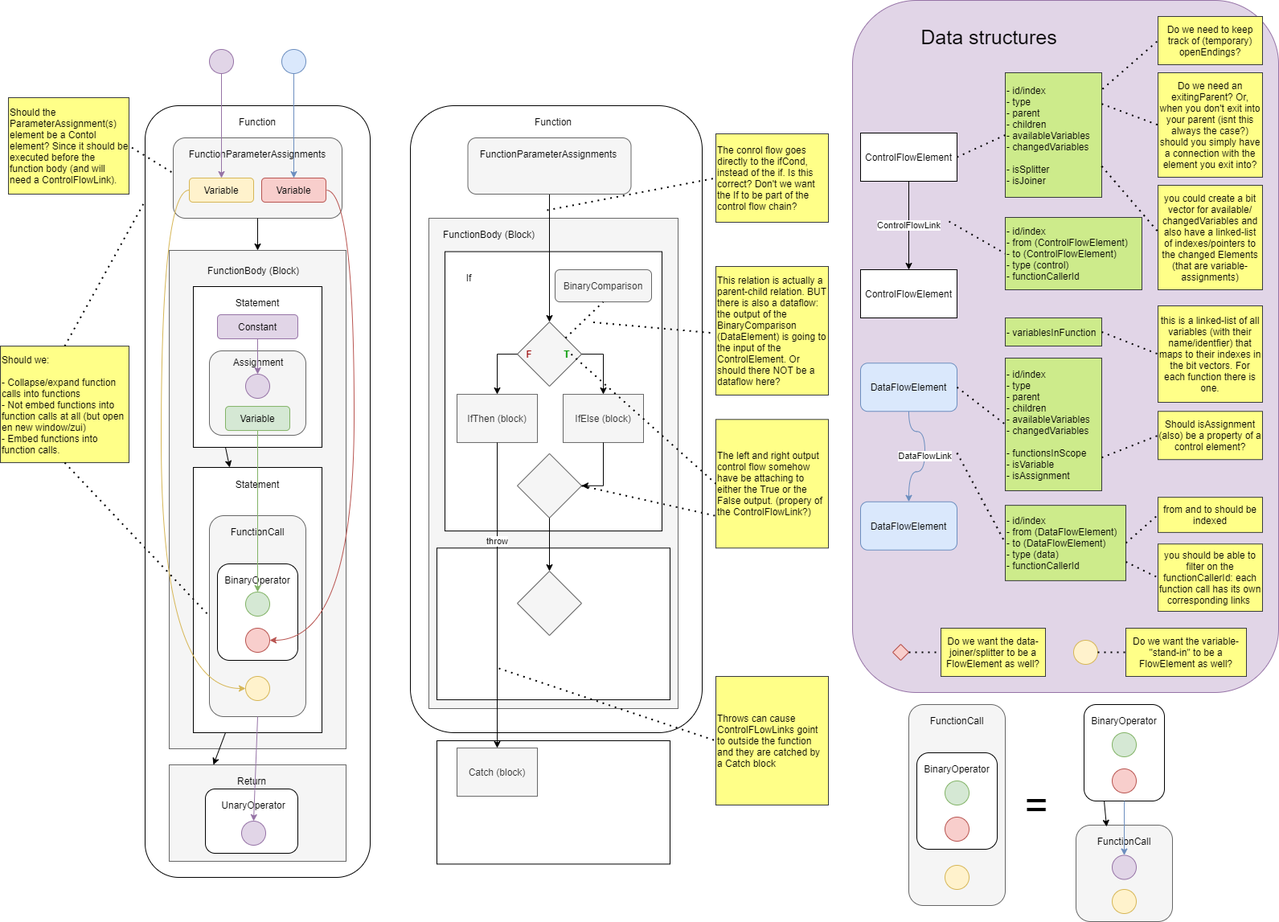
Above: web/img/flowify_algoritm_and_data_structures-Data structure.png in visual-trials/flowify (draw.io), before the change. Source tidied: cells renumbered, new cells last; positions are measured from the earlier drawing's top-left corner, leaving out a move shared by most shapes.
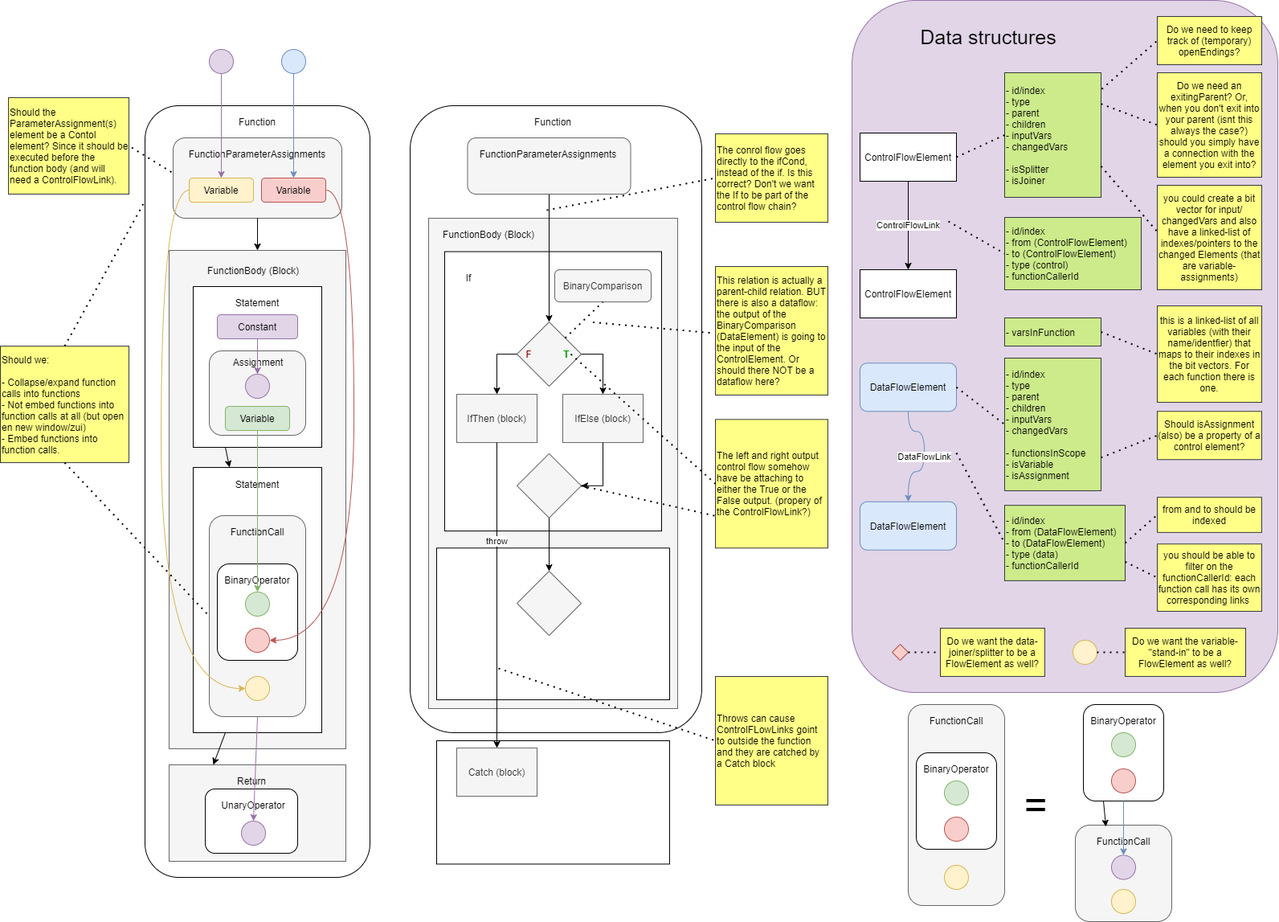
The same file after the commit.

Commit message:
updated diagrams with inputVars/changedVars logic

The edit, as a diff of the source:
```diff
@@ -140,7 +140,7 @@
         <mxPoint x="1180" y="275" as="sourcePoint" />
       </mxGeometry>
     </mxCell>
-    <mxCell id="44" value="- id/index&lt;br&gt;- type&lt;br&gt;- parent&lt;br&gt;- children&lt;br&gt;- availableVariables&lt;br&gt;- changedVariables&lt;br&gt;&lt;br&gt;- isSplitter&lt;br&gt;- isJoiner&lt;br&gt;" style="rounded=0;whiteSpace=wrap;html=1;fillColor=#cdeb8b;strokeColor=#36393d;align=left;" parent="1" vertex="1">
+    <mxCell id="44" value="- id/index&lt;br&gt;- type&lt;br&gt;- parent&lt;br&gt;- children&lt;br&gt;- inputVars&lt;br&gt;- changedVars&lt;br&gt;&lt;br&gt;- isSplitter&lt;br&gt;- isJoiner" style="rounded=0;whiteSpace=wrap;html=1;fillColor=#cdeb8b;strokeColor=#36393d;align=left;" parent="1" vertex="1">
       <mxGeometry x="1250" y="90" width="120" height="155" as="geometry" />
     </mxCell>
     <mxCell id="45" style="endArrow=none;dashed=1;html=1;dashPattern=1 3;strokeWidth=2;entryX=0;entryY=0.5;entryDx=0;entryDy=0;exitX=1;exitY=0.5;exitDx=0;exitDy=0;" parent="1" edge="1" source="39" target="44">
@@ -170,7 +170,7 @@
         <mxPoint x="1190" y="563" as="sourcePoint" />
       </mxGeometry>
     </mxCell>
-    <mxCell id="51" value="- id/index&lt;br&gt;- type&lt;br&gt;- parent&lt;br&gt;- children&lt;br&gt;- availableVariables&lt;br&gt;- changedVariables&lt;br&gt;&lt;br&gt;- functionsInScope&lt;br&gt;- isVariable&lt;br&gt;- isAssignment" style="rounded=0;whiteSpace=wrap;html=1;fillColor=#cdeb8b;strokeColor=#36393d;align=left;" parent="1" vertex="1">
+    <mxCell id="51" value="- id/index&lt;br&gt;- type&lt;br&gt;- parent&lt;br&gt;- children&lt;br&gt;- inputVars&lt;br&gt;- changedVars&lt;br&gt;&lt;br&gt;- functionsInScope&lt;br&gt;- isVariable&lt;br&gt;- isAssignment" style="rounded=0;whiteSpace=wrap;html=1;fillColor=#cdeb8b;strokeColor=#36393d;align=left;" parent="1" vertex="1">
       <mxGeometry x="1250" y="445" width="120" height="165" as="geometry" />
     </mxCell>
     <mxCell id="52" style="endArrow=none;dashed=1;html=1;dashPattern=1 3;strokeWidth=2;exitX=1;exitY=0.5;exitDx=0;exitDy=0;entryX=0;entryY=0.5;entryDx=0;entryDy=0;" parent="1" edge="1" source="46" target="51">
@@ -224,10 +224,10 @@
     <mxCell id="68" style="endArrow=none;dashed=1;html=1;dashPattern=1 3;strokeWidth=2;entryX=0;entryY=0.5;entryDx=0;entryDy=0;exitX=1;exitY=0.25;exitDx=0;exitDy=0;" parent="1" edge="1" source="44" target="67">
       <mxGeometry relative="1" as="geometry" />
     </mxCell>
-    <mxCell id="69" value="- variablesInFunction" style="rounded=0;whiteSpace=wrap;html=1;fillColor=#cdeb8b;strokeColor=#36393d;align=left;" parent="1" vertex="1">
+    <mxCell id="69" value="- varsInFunction" style="rounded=0;whiteSpace=wrap;html=1;fillColor=#cdeb8b;strokeColor=#36393d;align=left;" parent="1" vertex="1">
       <mxGeometry x="1250" y="395" width="120" height="35" as="geometry" />
     </mxCell>
-    <mxCell id="70" value="you could create a bit vector for available/&lt;br&gt;changedVariables and also have a linked-list of indexes/pointers to the changed Elements (that are variable-assignments)" style="rounded=0;whiteSpace=wrap;html=1;fillColor=#ffff88;strokeColor=#36393d;" parent="1" vertex="1">
+    <mxCell id="70" value="you could create a bit vector for input/&lt;br&gt;changedVars and also have a linked-list of indexes/pointers to the changed Elements (that are variable-assignments)" style="rounded=0;whiteSpace=wrap;html=1;fillColor=#ffff88;strokeColor=#36393d;" parent="1" vertex="1">
       <mxGeometry x="1440" y="230" width="130" height="130" as="geometry" />
     </mxCell>
     <mxCell id="71" style="endArrow=none;dashed=1;html=1;dashPattern=1 3;strokeWidth=2;entryX=0;entryY=0.445;entryDx=0;entryDy=0;entryPerimeter=0;exitX=1;exitY=0.75;exitDx=0;exitDy=0;" parent="1" edge="1" source="44" target="70">
```
